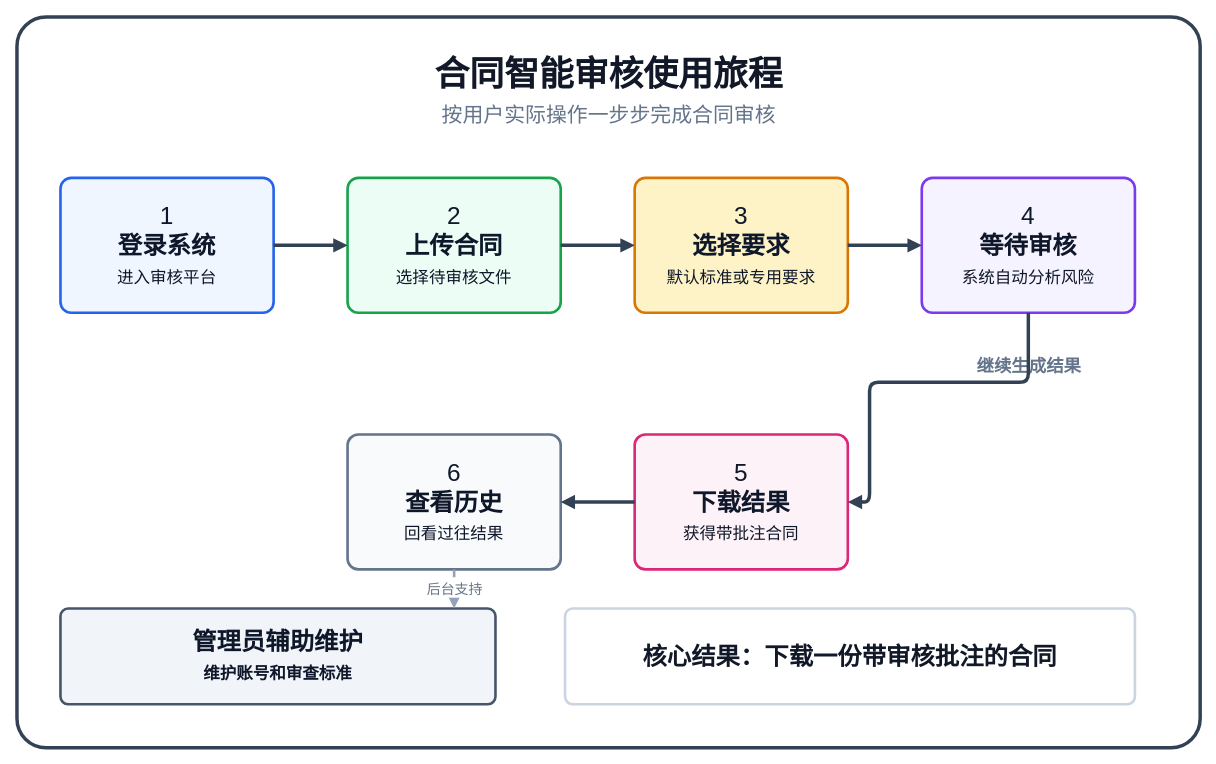
Before: docs/BUSINESS_USER_JOURNEY.drawio in HoeTee/contract_agent, a draw.io diagram. Source tidied: cells renumbered, new cells numbered last; positions are measured from the earlier drawing's top-left corner, leaving out a move shared by most shapes. Both pictures are drawn from the tidied source at 87%, with x=0, y=0 at pixel (17, 17).
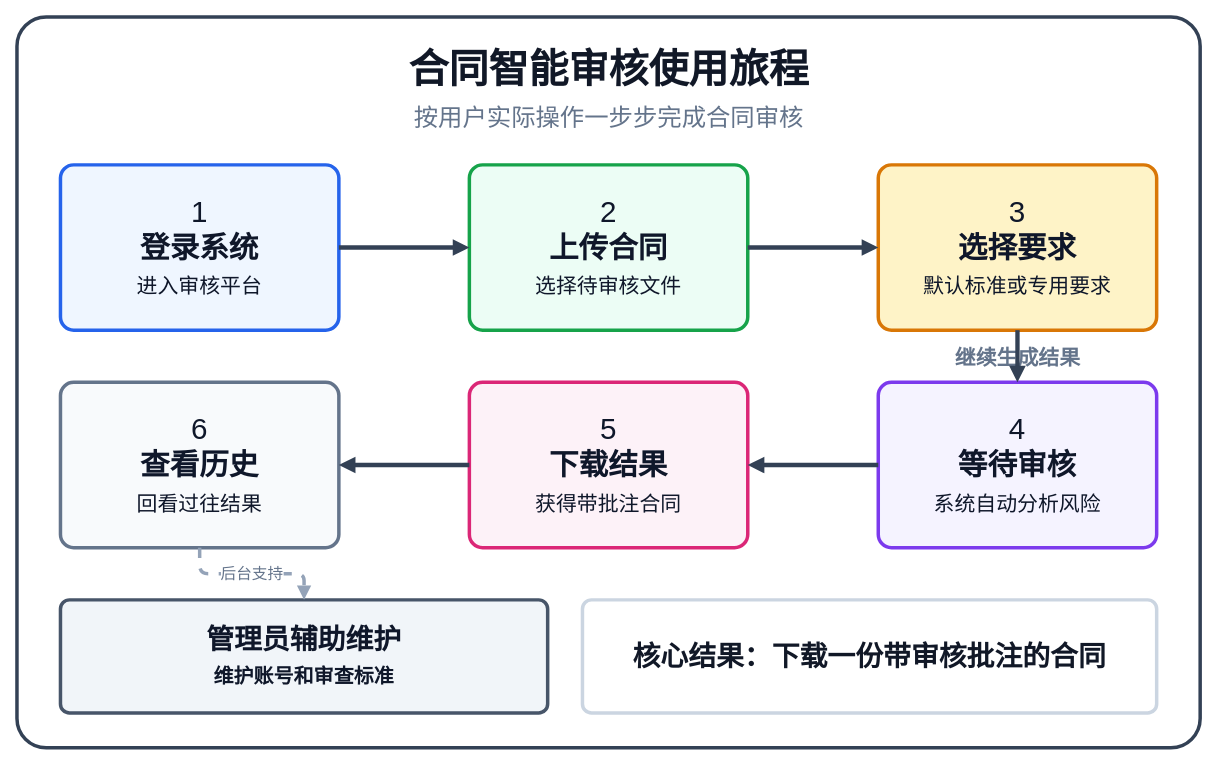
The same diagram, later.

Commit message:
docs: enlarge landscape user journey diagram

Change to the diagram source:
```diff
@@
-    <mxCell id="3" value="合同智能审核使用旅程" style="text;html=1;strokeColor=none;fillColor=none;fontSize=40;fontStyle=1;align=center;verticalAlign=middle;fontColor=#111827;" parent="1" vertex="1">
-      <mxGeometry x="180" y="35" width="1000" height="60" as="geometry" />
+    <mxCell id="3" value="合同智能审核使用旅程" style="text;html=1;strokeColor=none;fillColor=none;fontSize=46;fontStyle=1;align=center;verticalAlign=middle;fontColor=#111827;" parent="1" vertex="1">
+      <mxGeometry x="120" y="25" width="1120" height="70" as="geometry" />
     </mxCell>
-    <mxCell id="4" value="按用户实际操作一步步完成合同审核" style="text;html=1;strokeColor=none;fillColor=none;fontSize=24;align=center;verticalAlign=middle;fontColor=#64748B;" parent="1" vertex="1">
-      <mxGeometry x="260" y="95" width="840" height="36" as="geometry" />
+    <mxCell id="4" value="按用户实际操作一步步完成合同审核" style="text;html=1;strokeColor=none;fillColor=none;fontSize=28;align=center;verticalAlign=middle;fontColor=#64748B;" parent="1" vertex="1">
+      <mxGeometry x="190" y="95" width="980" height="42" as="geometry" />
     </mxCell>
-    <mxCell id="5" value="1&lt;br&gt;&lt;b&gt;登录系统&lt;/b&gt;&lt;br&gt;&lt;font style=&quot;font-size: 19px;&quot;&gt;进入审核平台&lt;/font&gt;" style="rounded=1;whiteSpace=wrap;html=1;arcSize=8;fillColor=#EFF6FF;strokeColor=#2563EB;strokeWidth=3;fontSize=28;fontColor=#0F172A;spacing=10;" parent="1" vertex="1">
-      <mxGeometry x="50" y="185" width="245" height="155" as="geometry" />
+    <mxCell id="5" value="1&lt;br&gt;&lt;b&gt;登录系统&lt;/b&gt;&lt;br&gt;&lt;font style=&quot;font-size: 24px;&quot;&gt;进入审核平台&lt;/font&gt;" style="rounded=1;whiteSpace=wrap;html=1;arcSize=8;fillColor=#EFF6FF;strokeColor=#2563EB;strokeWidth=4;fontSize=34;fontColor=#0F172A;spacing=12;" parent="1" vertex="1">
+      <mxGeometry x="50" y="170" width="320" height="190" as="geometry" />
     </mxCell>
-    <mxCell id="6" value="2&lt;br&gt;&lt;b&gt;上传合同&lt;/b&gt;&lt;br&gt;&lt;font style=&quot;font-size: 19px;&quot;&gt;选择待审核文件&lt;/font&gt;" style="rounded=1;whiteSpace=wrap;html=1;arcSize=8;fillColor=#ECFDF5;strokeColor=#16A34A;strokeWidth=3;fontSize=28;fontColor=#0F172A;spacing=10;" parent="1" vertex="1">
-      <mxGeometry x="380" y="185" width="245" height="155" as="geometry" />
+    <mxCell id="6" value="2&lt;br&gt;&lt;b&gt;上传合同&lt;/b&gt;&lt;br&gt;&lt;font style=&quot;font-size: 24px;&quot;&gt;选择待审核文件&lt;/font&gt;" style="rounded=1;whiteSpace=wrap;html=1;arcSize=8;fillColor=#ECFDF5;strokeColor=#16A34A;strokeWidth=4;fontSize=34;fontColor=#0F172A;spacing=12;" parent="1" vertex="1">
+      <mxGeometry x="520" y="170" width="320" height="190" as="geometry" />
     </mxCell>
-    <mxCell id="7" value="3&lt;br&gt;&lt;b&gt;选择要求&lt;/b&gt;&lt;br&gt;&lt;font style=&quot;font-size: 19px;&quot;&gt;默认标准或专用要求&lt;/font&gt;" style="rounded=1;whiteSpace=wrap;html=1;arcSize=8;fillColor=#FEF3C7;strokeColor=#D97706;strokeWidth=3;fontSize=28;fontColor=#0F172A;spacing=10;" parent="1" vertex="1">
-      <mxGeometry x="710" y="185" width="245" height="155" as="geometry" />
+    <mxCell id="7" value="3&lt;br&gt;&lt;b&gt;选择要求&lt;/b&gt;&lt;br&gt;&lt;font style=&quot;font-size: 24px;&quot;&gt;默认标准或专用要求&lt;/font&gt;" style="rounded=1;whiteSpace=wrap;html=1;arcSize=8;fillColor=#FEF3C7;strokeColor=#D97706;strokeWidth=4;fontSize=34;fontColor=#0F172A;spacing=12;" parent="1" vertex="1">
+      <mxGeometry x="990" y="170" width="320" height="190" as="geometry" />
     </mxCell>
-    <mxCell id="8" value="4&lt;br&gt;&lt;b&gt;等待审核&lt;/b&gt;&lt;br&gt;&lt;font style=&quot;font-size: 19px;&quot;&gt;系统自动分析风险&lt;/font&gt;" style="rounded=1;whiteSpace=wrap;html=1;arcSize=8;fillColor=#F5F3FF;strokeColor=#7C3AED;strokeWidth=3;fontSize=28;fontColor=#0F172A;spacing=10;" parent="1" vertex="1">
-      <mxGeometry x="1040" y="185" width="245" height="155" as="geometry" />
+    <mxCell id="8" value="4&lt;br&gt;&lt;b&gt;等待审核&lt;/b&gt;&lt;br&gt;&lt;font style=&quot;font-size: 24px;&quot;&gt;系统自动分析风险&lt;/font&gt;" style="rounded=1;whiteSpace=wrap;html=1;arcSize=8;fillColor=#F5F3FF;strokeColor=#7C3AED;strokeWidth=4;fontSize=34;fontColor=#0F172A;spacing=12;" parent="1" vertex="1">
+      <mxGeometry x="990" y="420" width="320" height="190" as="geometry" />
     </mxCell>
-    <mxCell id="9" value="继续生成结果" style="text;html=1;strokeColor=none;fillColor=none;fontSize=20;fontStyle=1;fontColor=#64748B;align=center;verticalAlign=middle;" parent="1" vertex="1">
-      <mxGeometry x="1045" y="385" width="235" height="32" as="geometry" />
+    <mxCell id="9" value="继续生成结果" style="text;html=1;strokeColor=none;fillColor=none;fontSize=24;fontStyle=1;fontColor=#64748B;align=center;verticalAlign=middle;" parent="1" vertex="1">
+      <mxGeometry x="1015" y="375" width="270" height="36" as="geometry" />
     </mxCell>
-    <mxCell id="10" value="5&lt;br&gt;&lt;b&gt;下载结果&lt;/b&gt;&lt;br&gt;&lt;font style=&quot;font-size: 19px;&quot;&gt;获得带批注合同&lt;/font&gt;" style="rounded=1;whiteSpace=wrap;html=1;arcSize=8;fillColor=#FDF2F8;strokeColor=#DB2777;strokeWidth=3;fontSize=28;fontColor=#0F172A;spacing=10;" parent="1" vertex="1">
-      <mxGeometry x="710" y="480" width="245" height="155" as="geometry" />
+    <mxCell id="10" value="5&lt;br&gt;&lt;b&gt;下载结果&lt;/b&gt;&lt;br&gt;&lt;font style=&quot;font-size: 24px;&quot;&gt;获得带批注合同&lt;/font&gt;" style="rounded=1;whiteSpace=wrap;html=1;arcSize=8;fillColor=#FDF2F8;strokeColor=#DB2777;strokeWidth=4;fontSize=34;fontColor=#0F172A;spacing=12;" parent="1" vertex="1">
+      <mxGeometry x="520" y="420" width="320" height="190" as="geometry" />
     </mxCell>
-    <mxCell id="11" value="6&lt;br&gt;&lt;b&gt;查看历史&lt;/b&gt;&lt;br&gt;&lt;font style=&quot;font-size: 19px;&quot;&gt;回看过往结果&lt;/font&gt;" style="rounded=1;whiteSpace=wrap;html=1;arcSize=8;fillColor=#F8FAFC;strokeColor=#64748B;strokeWidth=3;fontSize=28;fontColor=#0F172A;spacing=10;" parent="1" vertex="1">
-      <mxGeometry x="380" y="480" width="245" height="155" as="geometry" />
+    <mxCell id="11" value="6&lt;br&gt;&lt;b&gt;查看历史&lt;/b&gt;&lt;br&gt;&lt;font style=&quot;font-size: 24px;&quot;&gt;回看过往结果&lt;/font&gt;" style="rounded=1;whiteSpace=wrap;html=1;arcSize=8;fillColor=#F8FAFC;strokeColor=#64748B;strokeWidth=4;fontSize=34;fontColor=#0F172A;spacing=12;" parent="1" vertex="1">
+      <mxGeometry x="50" y="420" width="320" height="190" as="geometry" />
     </mxCell>
-    <mxCell id="12" value="管理员辅助维护&lt;br&gt;&lt;font style=&quot;font-size: 19px;&quot;&gt;维护账号和审查标准&lt;/font&gt;" style="rounded=1;whiteSpace=wrap;html=1;arcSize=8;fillColor=#F1F5F9;strokeColor=#475569;strokeWidth=3;fontSize=28;fontStyle=1;fontColor=#0F172A;spacing=10;" parent="1" vertex="1">
-      <mxGeometry x="50" y="680" width="500" height="110" as="geometry" />
+    <mxCell id="12" value="管理员辅助维护&lt;br&gt;&lt;font style=&quot;font-size: 23px;&quot;&gt;维护账号和审查标准&lt;/font&gt;" style="rounded=1;whiteSpace=wrap;html=1;arcSize=8;fillColor=#F1F5F9;strokeColor=#475569;strokeWidth=4;fontSize=32;fontStyle=1;fontColor=#0F172A;spacing=12;" parent="1" vertex="1">
+      <mxGeometry x="50" y="670" width="560" height="130" as="geometry" />
     </mxCell>
-    <mxCell id="13" value="核心结果：下载一份带审核批注的合同" style="rounded=1;whiteSpace=wrap;html=1;arcSize=8;fillColor=#FFFFFF;strokeColor=#CBD5E1;strokeWidth=3;fontSize=28;fontStyle=1;fontColor=#111827;" parent="1" vertex="1">
-      <mxGeometry x="630" y="680" width="655" height="110" as="geometry" />
+    <mxCell id="13" value="核心结果：下载一份带审核批注的合同" style="rounded=1;whiteSpace=wrap;html=1;arcSize=8;fillColor=#FFFFFF;strokeColor=#CBD5E1;strokeWidth=4;fontSize=32;fontStyle=1;fontColor=#111827;" parent="1" vertex="1">
+      <mxGeometry x="650" y="670" width="660" height="130" as="geometry" />
     </mxCell>
-    <mxCell id="14" style="edgeStyle=orthogonalEdgeStyle;rounded=1;jettySize=auto;html=1;endArrow=block;strokeColor=#334155;strokeWidth=4;" parent="1" edge="1" source="5" target="6">
+    <mxCell id="14" style="edgeStyle=orthogonalEdgeStyle;rounded=1;jettySize=auto;html=1;endArrow=block;strokeColor=#334155;strokeWidth=5;" parent="1" edge="1" source="5" target="6">
       <mxGeometry relative="1" as="geometry" />
     </mxCell>
-    <mxCell id="15" style="edgeStyle=orthogonalEdgeStyle;rounded=1;jettySize=auto;html=1;endArrow=block;strokeColor=#334155;strokeWidth=4;" parent="1" edge="1" source="6" target="7">
+    <mxCell id="15" style="edgeStyle=orthogonalEdgeStyle;rounded=1;jettySize=auto;html=1;endArrow=block;strokeColor=#334155;strokeWidth=5;" parent="1" edge="1" source="6" target="7">
       <mxGeometry relative="1" as="geometry" />
     </mxCell>
-    <mxCell id="16" style="edgeStyle=orthogonalEdgeStyle;rounded=1;jettySize=auto;html=1;endArrow=block;strokeColor=#334155;strokeWidth=4;" parent="1" edge="1" source="7" target="8">
-      <mxGeometry relative="1" as="geometry" />
+    <mxCell id="16" style="edgeStyle=orthogonalEdgeStyle;rounded=1;jettySize=auto;html=1;endArrow=block;strokeColor=#334155;strokeWidth=5;entryX=0.5;entryY=0;entryDx=0;entryDy=0;" parent="1" edge="1" source="7" target="8">
+      <mxGeometry relative="1" as="geometry">
+        <Array as="points">
+          <mxPoint x="1150" y="390" />
+        </Array>
+      </mxGeometry>
     </mxCell>
-    <mxCell id="17" style="edgeStyle=orthogonalEdgeStyle;rounded=1;jettySize=auto;html=1;endArrow=block;strokeColor=#334155;strokeWidth=4;entryX=1;entryY=0.5;entryDx=0;entryDy=0;" parent="1" edge="1" source="8" target="10">
-      <mxGeometry relative="1" as="geometry">
-        <Array as="points">
-          <mxPoint x="1163" y="420" />
-          <mxPoint x="980" y="420" />
-          <mxPoint x="980" y="558" />
-        </Array>
-      </mxGeometry>
+    <mxCell id="17" style="edgeStyle=orthogonalEdgeStyle;rounded=1;jettySize=auto;html=1;endArrow=block;strokeColor=#334155;strokeWidth=5;" parent="1" edge="1" source="8" target="10">
+      <mxGeometry relative="1" as="geometry" />
     </mxCell>
-    <mxCell id="18" style="edgeStyle=orthogonalEdgeStyle;rounded=1;jettySize=auto;html=1;endArrow=block;strokeColor=#334155;strokeWidth=4;" parent="1" edge="1" source="10" target="11">
+    <mxCell id="18" style="edgeStyle=orthogonalEdgeStyle;rounded=1;jettySize=auto;html=1;endArrow=block;strokeColor=#334155;strokeWidth=5;" parent="1" edge="1" source="10" target="11">
       <mxGeometry relative="1" as="geometry" />
     </mxCell>
-    <mxCell id="19" value="后台支持" style="edgeStyle=orthogonalEdgeStyle;rounded=1;jettySize=auto;html=1;endArrow=block;strokeColor=#94A3B8;strokeWidth=3;dashed=1;fontSize=16;fontColor=#64748B;" parent="1" edge="1" source="11" target="12">
+    <mxCell id="19" value="后台支持" style="edgeStyle=orthogonalEdgeStyle;rounded=1;jettySize=auto;html=1;endArrow=block;strokeColor=#94A3B8;strokeWidth=4;dashed=1;fontSize=18;fontColor=#64748B;" parent="1" edge="1" source="11" target="12">
       <mxGeometry relative="1" as="geometry">
         <Array as="points">
-          <mxPoint x="503" y="735" />
+          <mxPoint x="210" y="640" />
         </Array>
       </mxGeometry>
     </mxCell>
```
